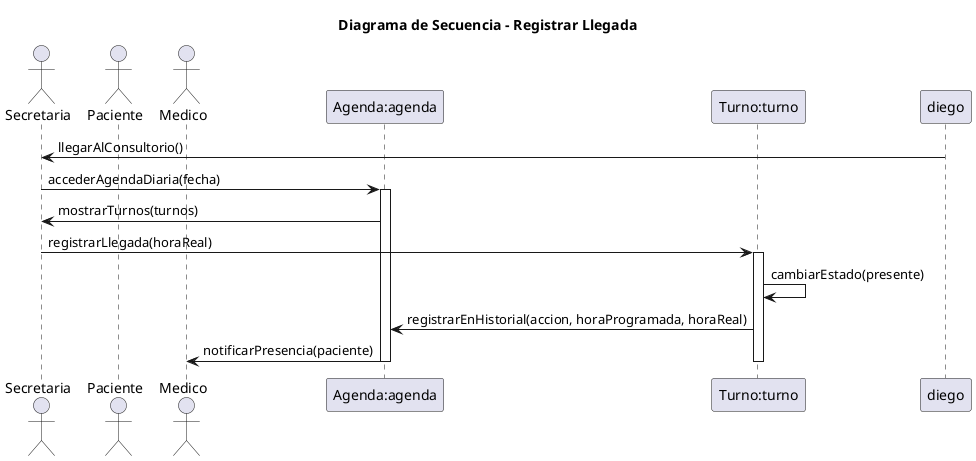
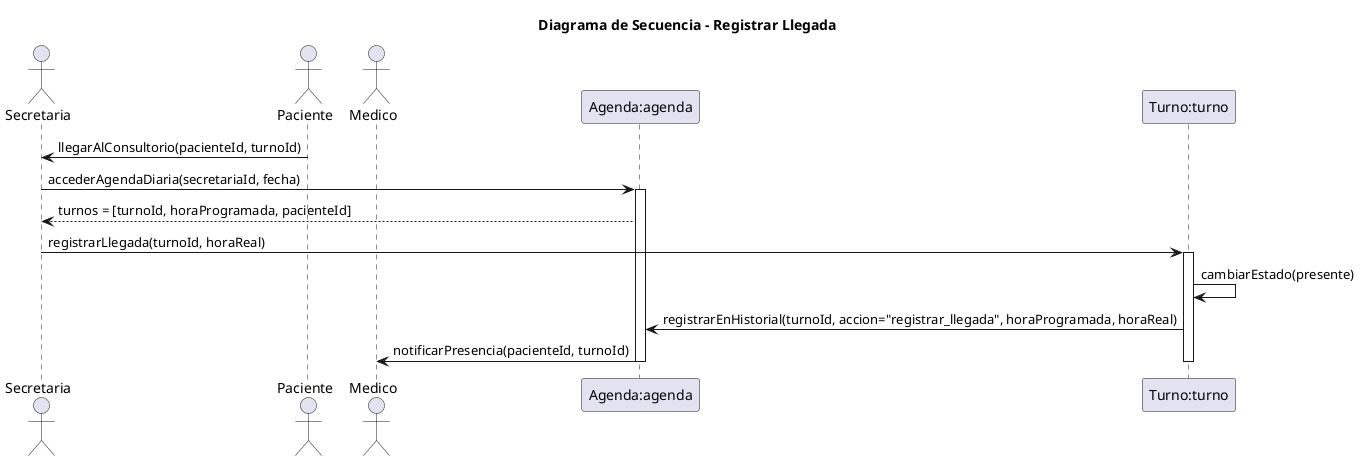
@startuml
title Diagrama de Secuencia - Registrar Llegada
' Nombre del escenario: Registrar Llegada del Paciente - Flujo Principal
' Archivo: diagramas/03-escenarios-casos-de-uso/03-registrar-llegada-flujo-principal.md
' Objetivo: Representar el registro de llegada de un paciente en el día de la cita, involucrando secretaria, paciente, médico y sistema, basado en responsabilidades de CRC (Secretaria gestiona turnos, Turno modifica estados, Medico atiende pacientes, Agenda muestra turnos).

actor Secretaria as victoria
- actor Paciente as diego_martinez
+ actor Paciente as diego
actor Medico as drMolina
participant "Agenda:agenda" as agenda
participant "Turno:turno" as turno

- diego -> victoria: llegarAlConsultorio()
+ diego -> victoria: llegarAlConsultorio(pacienteId, turnoId)

- victoria -> agenda: accederAgendaDiaria(fecha)
+ victoria -> agenda: accederAgendaDiaria(secretariaId, fecha)
activate agenda

- agenda -> victoria: mostrarTurnos(turnos)
- victoria -> turno: registrarLlegada(horaReal)
+ agenda --> victoria: turnos = [turnoId, horaProgramada, pacienteId]
+ victoria -> turno: registrarLlegada(turnoId, horaReal)
activate turno

turno -> turno: cambiarEstado(presente)
- turno -> agenda: registrarEnHistorial(accion, horaProgramada, horaReal)
+ turno -> agenda: registrarEnHistorial(turnoId, accion="registrar_llegada", horaProgramada, horaReal)

- agenda -> drMolina: notificarPresencia(paciente)
+ agenda -> drMolina: notificarPresencia(pacienteId, turnoId)

deactivate turno
deactivate agenda
@enduml